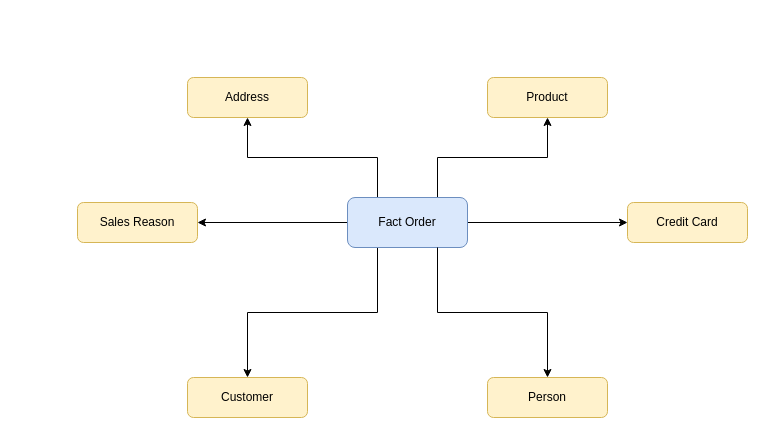
The draw.io diagram Star schema AdvWorks.drawio in marcon-droid/dw_AdventureWorks, before the edit. Source tidied: cells renumbered, new cells numbered last; positions are measured from the earlier drawing's top-left corner, leaving out a move shared by most shapes. Both pictures are drawn from the tidied source at 100%, with x=0, y=0 at pixel (77, 77).
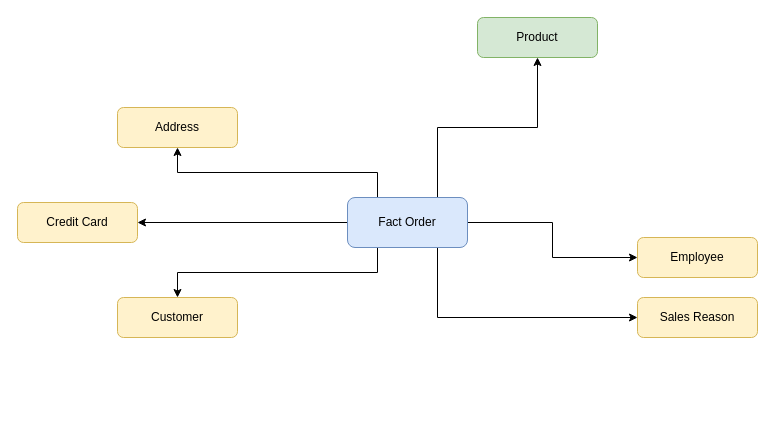
The same page after the edit.

The edit, as a diff of the source:
```diff
@@
 <mxGraphModel>
   <root>
     <mxCell id="0" />
     <mxCell id="1" parent="0" />
     <mxCell id="2" style="edgeStyle=orthogonalEdgeStyle;rounded=0;jettySize=auto;html=1;entryX=0.5;entryY=1;entryDx=0;entryDy=0;exitX=0.75;exitY=0;exitDx=0;exitDy=0;" parent="1" edge="1" source="7" target="10">
       <mxGeometry relative="1" as="geometry" />
     </mxCell>
-    <mxCell id="3" style="edgeStyle=orthogonalEdgeStyle;rounded=0;jettySize=auto;html=1;entryX=1;entryY=0.5;entryDx=0;entryDy=0;" parent="1" edge="1" source="7" target="9">
+    <mxCell id="3" style="edgeStyle=orthogonalEdgeStyle;rounded=0;jettySize=auto;html=1;entryX=0;entryY=0.5;entryDx=0;entryDy=0;exitX=0.75;exitY=1;exitDx=0;exitDy=0;" parent="1" edge="1" source="7" target="9">
       <mxGeometry relative="1" as="geometry" />
     </mxCell>
-    <mxCell id="4" style="edgeStyle=orthogonalEdgeStyle;rounded=0;jettySize=auto;html=1;entryX=0;entryY=0.5;entryDx=0;entryDy=0;" parent="1" edge="1" source="7" target="13">
+    <mxCell id="4" style="edgeStyle=orthogonalEdgeStyle;rounded=0;jettySize=auto;html=1;entryX=1;entryY=0.5;entryDx=0;entryDy=0;" parent="1" edge="1" source="7" target="13">
       <mxGeometry relative="1" as="geometry" />
     </mxCell>
     <mxCell id="5" style="edgeStyle=orthogonalEdgeStyle;rounded=0;jettySize=auto;html=1;exitX=0.25;exitY=1;exitDx=0;exitDy=0;" parent="1" edge="1" source="7" target="8">
       <mxGeometry relative="1" as="geometry" />
     </mxCell>
     <mxCell id="6" style="edgeStyle=orthogonalEdgeStyle;rounded=0;jettySize=auto;html=1;exitX=0.25;exitY=0;exitDx=0;exitDy=0;entryX=0.5;entryY=1;entryDx=0;entryDy=0;" parent="1" edge="1" source="7" target="14">
       <mxGeometry relative="1" as="geometry" />
     </mxCell>
+    <mxCell id="15" style="edgeStyle=orthogonalEdgeStyle;rounded=0;jettySize=auto;html=1;entryX=0;entryY=0.5;entryDx=0;entryDy=0;" parent="1" edge="1" source="7" target="16">
+      <mxGeometry relative="1" as="geometry" />
+    </mxCell>
     <mxCell id="7" value="Fact Order" style="rounded=1;whiteSpace=wrap;html=1;fillColor=#dae8fc;strokeColor=#6c8ebf;" parent="1" vertex="1">
       <mxGeometry x="270" y="120" width="120" height="50" as="geometry" />
     </mxCell>
     <mxCell id="8" value="Customer" style="rounded=1;whiteSpace=wrap;html=1;fillColor=#fff2cc;strokeColor=#d6b656;" parent="1" vertex="1">
-      <mxGeometry x="110" y="300" width="120" height="40" as="geometry" />
+      <mxGeometry x="40" y="220" width="120" height="40" as="geometry" />
     </mxCell>
     <mxCell id="9" value="Sales Reason" style="rounded=1;whiteSpace=wrap;html=1;fillColor=#fff2cc;strokeColor=#d6b656;" parent="1" vertex="1">
-      <mxGeometry y="125" width="120" height="40" as="geometry" />
+      <mxGeometry x="560" y="220" width="120" height="40" as="geometry" />
     </mxCell>
-    <mxCell id="10" value="Product" style="rounded=1;whiteSpace=wrap;html=1;fillColor=#fff2cc;strokeColor=#d6b656;" parent="1" vertex="1">
-      <mxGeometry x="410" width="120" height="40" as="geometry" />
+    <mxCell id="10" value="Product" style="rounded=1;whiteSpace=wrap;html=1;fillColor=#d5e8d4;strokeColor=#82b366;" parent="1" vertex="1">
+      <mxGeometry x="400" y="-60" width="120" height="40" as="geometry" />
     </mxCell>
-    <mxCell id="11" value="Person" style="rounded=1;whiteSpace=wrap;html=1;fillColor=#fff2cc;strokeColor=#d6b656;" parent="1" vertex="1">
-      <mxGeometry x="410" y="300" width="120" height="40" as="geometry" />
-    </mxCell>
-    <mxCell id="12" style="edgeStyle=orthogonalEdgeStyle;rounded=0;jettySize=auto;html=1;entryX=0.5;entryY=0;entryDx=0;entryDy=0;exitX=0.75;exitY=1;exitDx=0;exitDy=0;" parent="1" edge="1" source="7" target="11">
-      <mxGeometry relative="1" as="geometry" />
-    </mxCell>
     <mxCell id="13" value="Credit Card" style="rounded=1;whiteSpace=wrap;html=1;fillColor=#fff2cc;strokeColor=#d6b656;" parent="1" vertex="1">
-      <mxGeometry x="550" y="125" width="120" height="40" as="geometry" />
+      <mxGeometry x="-60" y="125" width="120" height="40" as="geometry" />
     </mxCell>
     <mxCell id="14" value="Address" style="rounded=1;whiteSpace=wrap;html=1;fillColor=#fff2cc;strokeColor=#d6b656;" parent="1" vertex="1">
-      <mxGeometry x="110" width="120" height="40" as="geometry" />
+      <mxGeometry x="40" y="30" width="120" height="40" as="geometry" />
     </mxCell>
+    <mxCell id="16" value="Employee" style="rounded=1;whiteSpace=wrap;html=1;fillColor=#fff2cc;strokeColor=#d6b656;" parent="1" vertex="1">
+      <mxGeometry x="560" y="160" width="120" height="40" as="geometry" />
+    </mxCell>
   </root>
 </mxGraphModel>
```
